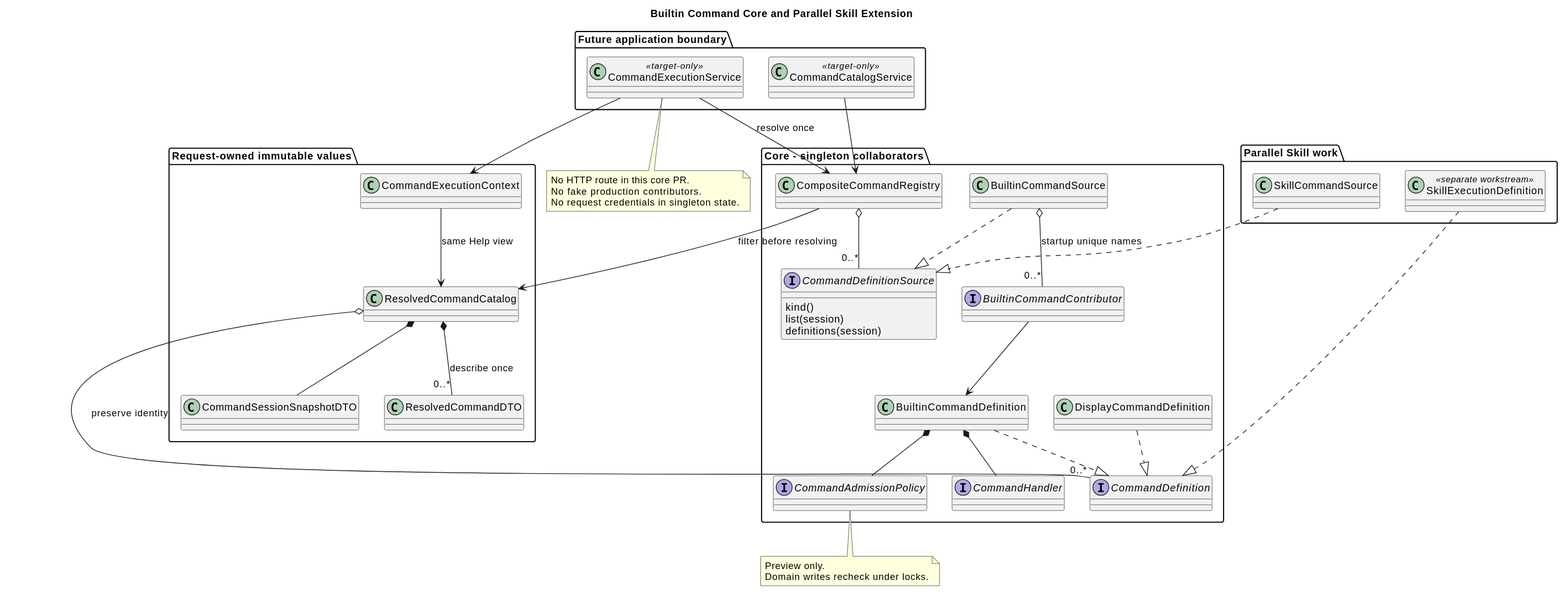
Above: docs/designs/builtin-command-core/builtin_command_core.svg in 2862282695gjh-afk/pi-mono-java (PlantUML), before the change.
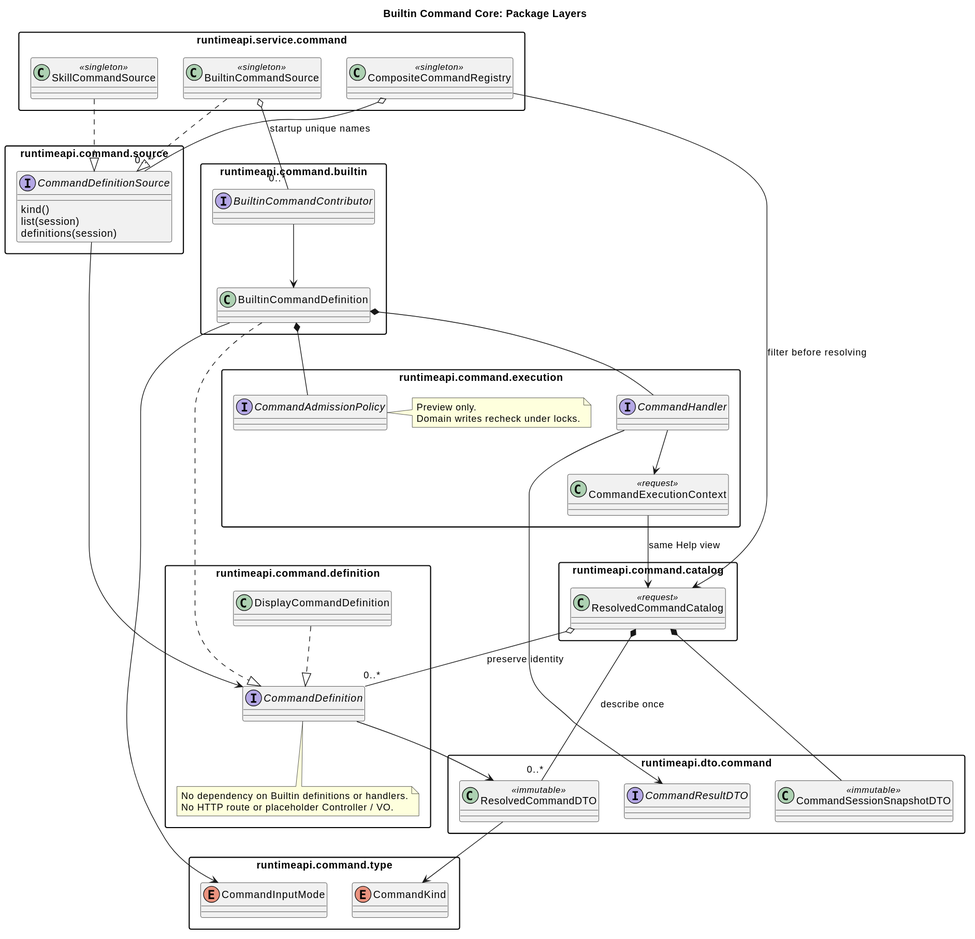
Later version of the same file.

Commit message:
docs(command): 同步命令包分层设计与评审验证记录

The edit, as a diff of the source:
```diff
@@ -1,39 +1,55 @@
 @startuml
-title Builtin Command Core and Parallel Skill Extension
+title Builtin Command Core: Package Layers
 skinparam shadowing false
 skinparam classAttributeIconSize 0
-package "Future application boundary" {
-  class CommandCatalogService <<target-only>>
-  class CommandExecutionService <<target-only>>
+skinparam packageStyle rectangle
+set namespaceSeparator none
+package "runtimeapi.service.command" {
+  class CompositeCommandRegistry <<singleton>>
+  class BuiltinCommandSource <<singleton>>
+  class SkillCommandSource <<singleton>>
 }
-package "Core - singleton collaborators" {
-  class CompositeCommandRegistry
+package "runtimeapi.command.source" {
   interface CommandDefinitionSource {
     kind()
     list(session)
     definitions(session)
   }
-  class BuiltinCommandSource
+}
+package "runtimeapi.command.builtin" {
   interface BuiltinCommandContributor
-  interface CommandDefinition
   class BuiltinCommandDefinition
-  class DisplayCommandDefinition
+}
+package "runtimeapi.command.execution" {
   interface CommandAdmissionPolicy
   interface CommandHandler
+  class CommandExecutionContext <<request>>
+  note right of CommandAdmissionPolicy
+  Preview only.
+  Domain writes recheck under locks.
+  end note
 }
-package "Request-owned immutable values" {
-  class ResolvedCommandCatalog
-  class ResolvedCommandDTO
-  class CommandSessionSnapshotDTO
-  class CommandExecutionContext
+package "runtimeapi.command.catalog" {
+  class ResolvedCommandCatalog <<request>>
 }
-package "Parallel Skill work" {
-  class SkillCommandSource
-  class SkillExecutionDefinition <<separate workstream>>
+package "runtimeapi.command.definition" {
+  interface CommandDefinition
+  class DisplayCommandDefinition
+  note bottom of CommandDefinition
+  No dependency on Builtin definitions or handlers.
+  No HTTP route or placeholder Controller / VO.
+  end note
 }
-CommandCatalogService --> CompositeCommandRegistry
-CommandExecutionService --> CompositeCommandRegistry : resolve once
-CommandExecutionService --> CommandExecutionContext
+package "runtimeapi.dto.command" {
+  class ResolvedCommandDTO <<immutable>>
+  class CommandSessionSnapshotDTO <<immutable>>
+  interface CommandResultDTO
+}
+package "runtimeapi.command.type" {
+  enum CommandKind
+  enum CommandInputMode
+}
+
 CompositeCommandRegistry o-- "0..*" CommandDefinitionSource
 BuiltinCommandSource ..|> CommandDefinitionSource
 SkillCommandSource ..|> CommandDefinitionSource
@@ -41,21 +57,17 @@
 BuiltinCommandContributor --> BuiltinCommandDefinition
 BuiltinCommandDefinition ..|> CommandDefinition
 DisplayCommandDefinition ..|> CommandDefinition
-SkillExecutionDefinition ..|> CommandDefinition
 BuiltinCommandDefinition *-- CommandAdmissionPolicy
 BuiltinCommandDefinition *-- CommandHandler
+CommandHandler --> CommandExecutionContext
+CommandHandler --> CommandResultDTO
+CommandDefinitionSource --> CommandDefinition
 CompositeCommandRegistry --> ResolvedCommandCatalog : filter before resolving
 ResolvedCommandCatalog o-- "0..*" CommandDefinition : preserve identity
 ResolvedCommandCatalog *-- "0..*" ResolvedCommandDTO : describe once
 ResolvedCommandCatalog *-- CommandSessionSnapshotDTO
 CommandExecutionContext --> ResolvedCommandCatalog : same Help view
-note bottom of CommandAdmissionPolicy
-Preview only.
-Domain writes recheck under locks.
-end note
-note bottom of CommandExecutionService
-No HTTP route in this core PR.
-No fake production contributors.
-No request credentials in singleton state.
-end note
+CommandDefinition --> ResolvedCommandDTO
+ResolvedCommandDTO --> CommandKind
+BuiltinCommandDefinition --> CommandInputMode
 @enduml
```
